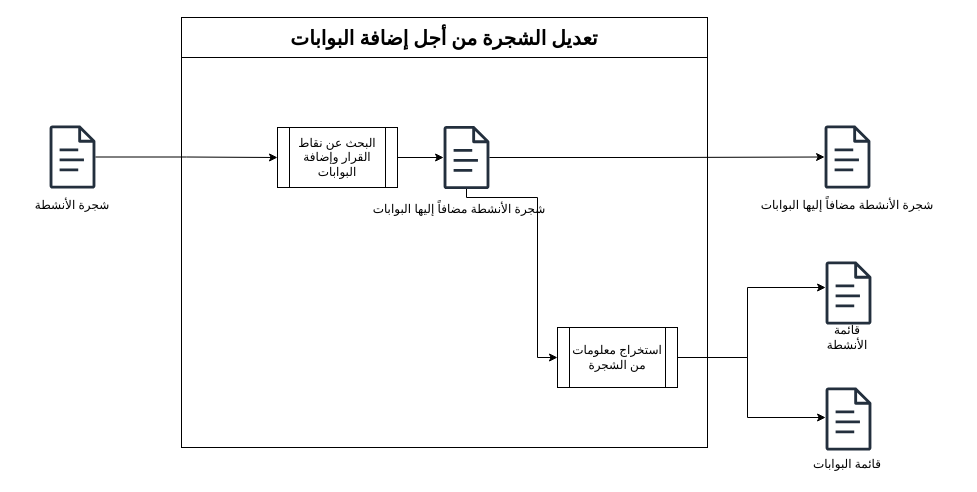
The draw.io diagram تصميم/Stage Three (4).drawio in MohamadAlturky/Report-Drafts, before the edit. Source tidied: cells renumbered, new cells numbered last; positions are measured from the earlier drawing's top-left corner, leaving out a move shared by most shapes. Both pictures are drawn from the tidied source at 100%, with x=0, y=0 at pixel (17, 17).
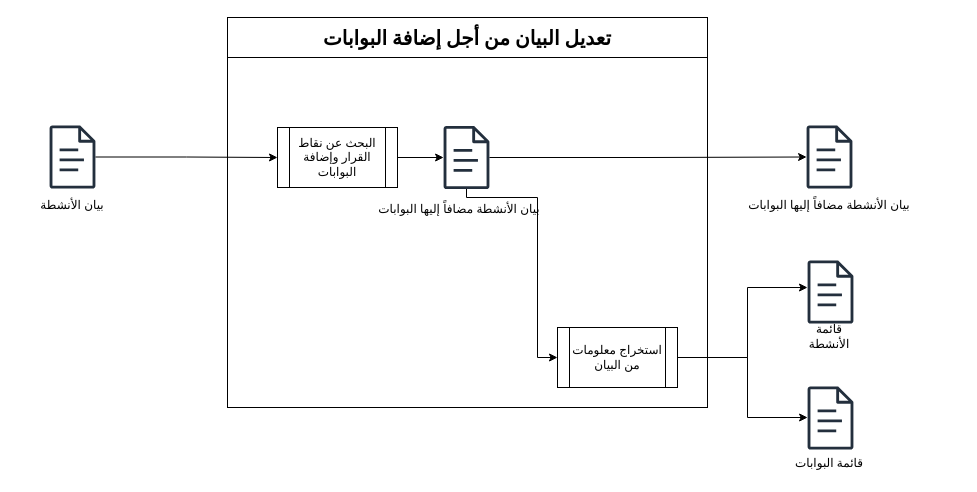
After the change.

What changed in the source:
```diff
@@
     <mxCell id="2" style="rounded=0;whiteSpace=wrap;html=1;fillColor=default;" parent="1" vertex="1">
-      <mxGeometry x="164" y="40" width="526" height="390" as="geometry" />
+      <mxGeometry x="210" y="40" width="480" height="350" as="geometry" />
     </mxCell>
-    <mxCell id="3" value="&lt;span style=&quot;font-size:15.0pt;&lt;br/&gt;mso-ansi-font-size:12.0pt;font-family:&amp;quot;Traditional Arabic&amp;quot;,serif;mso-ascii-font-family:&lt;br/&gt;&amp;quot;Times New Roman&amp;quot;;mso-fareast-font-family:&amp;quot;Times New Roman&amp;quot;;mso-hansi-font-family:&lt;br/&gt;&amp;quot;Times New Roman&amp;quot;;mso-ansi-language:EN-US;mso-fareast-language:EN-US;&lt;br/&gt;mso-bidi-language:AR-SY&quot; dir=&quot;RTL&quot; lang=&quot;AR-SY&quot;&gt;&lt;b&gt;تعديل الشجرة من أجل إضافة البوابات&lt;/b&gt;&lt;/span&gt;" style="rounded=0;whiteSpace=wrap;html=1;" parent="1" vertex="1">
-      <mxGeometry x="164" width="526" height="40" as="geometry" />
+    <mxCell id="3" value="&lt;span style=&quot;font-size:15.0pt;&lt;br/&gt;mso-ansi-font-size:12.0pt;font-family:&amp;quot;Traditional Arabic&amp;quot;,serif;mso-ascii-font-family:&lt;br/&gt;&amp;quot;Times New Roman&amp;quot;;mso-fareast-font-family:&amp;quot;Times New Roman&amp;quot;;mso-hansi-font-family:&lt;br/&gt;&amp;quot;Times New Roman&amp;quot;;mso-ansi-language:EN-US;mso-fareast-language:EN-US;&lt;br/&gt;mso-bidi-language:AR-SY&quot; dir=&quot;RTL&quot; lang=&quot;AR-SY&quot;&gt;&lt;b&gt;تعديل البيان من أجل إضافة البوابات&lt;/b&gt;&lt;/span&gt;" style="rounded=0;whiteSpace=wrap;html=1;" parent="1" vertex="1">
+      <mxGeometry x="210" width="480" height="40" as="geometry" />
     </mxCell>
@@
-    <mxCell id="6" value="شجرة الأنشطة" style="text;html=1;align=center;verticalAlign=middle;whiteSpace=wrap;rounded=0;" parent="1" vertex="1">
+    <mxCell id="6" value="بيان الأنشطة" style="text;html=1;align=center;verticalAlign=middle;whiteSpace=wrap;rounded=0;" parent="1" vertex="1">
       <mxGeometry y="178" width="110" height="20" as="geometry" />
     </mxCell>
@@
-    <mxCell id="12" value="شجرة الأنشطة مضافاً إليها البوابات" style="text;html=1;align=center;verticalAlign=middle;whiteSpace=wrap;rounded=0;" parent="1" vertex="1">
+    <mxCell id="12" value="بيان الأنشطة مضافاً إليها البوابات" style="text;html=1;align=center;verticalAlign=middle;whiteSpace=wrap;rounded=0;" parent="1" vertex="1">
       <mxGeometry x="329" y="182" width="226" height="20" as="geometry" />
     </mxCell>
-    <mxCell id="13" value="شجرة الأنشطة مضافاً إليها البوابات" style="text;html=1;align=center;verticalAlign=middle;whiteSpace=wrap;rounded=0;" parent="1" vertex="1">
-      <mxGeometry x="717" y="178" width="226" height="20" as="geometry" />
+    <mxCell id="13" value="بيان الأنشطة مضافاً إليها البوابات" style="text;html=1;align=center;verticalAlign=middle;whiteSpace=wrap;rounded=0;" parent="1" vertex="1">
+      <mxGeometry x="699" y="178" width="226" height="20" as="geometry" />
     </mxCell>
     <mxCell id="14" style="sketch=0;outlineConnect=0;fontColor=#232F3E;gradientColor=none;fillColor=#232F3D;strokeColor=none;dashed=0;verticalLabelPosition=bottom;verticalAlign=top;align=center;html=1;fontSize=12;fontStyle=0;shape=mxgraph.aws4.document;" parent="1" vertex="1">
-      <mxGeometry x="807" y="108" width="46" height="63" as="geometry" />
+      <mxGeometry x="789" y="108" width="46" height="63" as="geometry" />
     </mxCell>
-    <mxCell id="15" style="edgeStyle=orthogonalEdgeStyle;rounded=0;orthogonalLoop=1;jettySize=auto;html=1;" parent="1" edge="1">
+    <mxCell id="15" style="edgeStyle=orthogonalEdgeStyle;rounded=0;jettySize=auto;html=1;entryX=-0.002;entryY=0.429;entryDx=0;entryDy=0;entryPerimeter=0;" parent="1" edge="1" target="21">
       <mxGeometry relative="1" as="geometry">
         <mxPoint x="660" y="354" as="sourcePoint" />
-        <mxPoint x="808.1" y="270" as="targetPoint" />
         <Array as="points">
           <mxPoint x="660" y="340" />
           <mxPoint x="730" y="340" />
           <mxPoint x="730" y="270" />
         </Array>
       </mxGeometry>
     </mxCell>
@@
-    <mxCell id="17" value="استخراج معلومات من الشجرة" style="shape=process;whiteSpace=wrap;html=1;backgroundOutline=1;" parent="1" vertex="1">
+    <mxCell id="17" value="استخراج معلومات من البيان" style="shape=process;whiteSpace=wrap;html=1;backgroundOutline=1;" parent="1" vertex="1">
       <mxGeometry x="540" y="310" width="120" height="60" as="geometry" />
     </mxCell>
     <mxCell id="18" value="قائمة البوابات" style="text;html=1;align=center;verticalAlign=middle;whiteSpace=wrap;rounded=0;" parent="1" vertex="1">
-      <mxGeometry x="795" y="437" width="70" height="20" as="geometry" />
+      <mxGeometry x="777" y="436" width="70" height="20" as="geometry" />
     </mxCell>
     <mxCell id="19" style="sketch=0;outlineConnect=0;fontColor=#232F3E;gradientColor=none;fillColor=#232F3D;strokeColor=none;dashed=0;verticalLabelPosition=bottom;verticalAlign=top;align=center;html=1;fontSize=12;fontStyle=0;shape=mxgraph.aws4.document;" parent="1" vertex="1">
-      <mxGeometry x="808" y="370" width="46" height="63" as="geometry" />
+      <mxGeometry x="790" y="369" width="46" height="63" as="geometry" />
     </mxCell>
     <mxCell id="20" value="قائمة الأنشطة" style="text;html=1;align=center;verticalAlign=middle;whiteSpace=wrap;rounded=0;" parent="1" vertex="1">
-      <mxGeometry x="795" y="310" width="70" height="20" as="geometry" />
+      <mxGeometry x="777" y="309" width="70" height="20" as="geometry" />
     </mxCell>
     <mxCell id="21" style="sketch=0;outlineConnect=0;fontColor=#232F3E;gradientColor=none;fillColor=#232F3D;strokeColor=none;dashed=0;verticalLabelPosition=bottom;verticalAlign=top;align=center;html=1;fontSize=12;fontStyle=0;shape=mxgraph.aws4.document;" parent="1" vertex="1">
-      <mxGeometry x="808" y="244" width="46" height="63" as="geometry" />
+      <mxGeometry x="790" y="243" width="46" height="63" as="geometry" />
     </mxCell>
```
